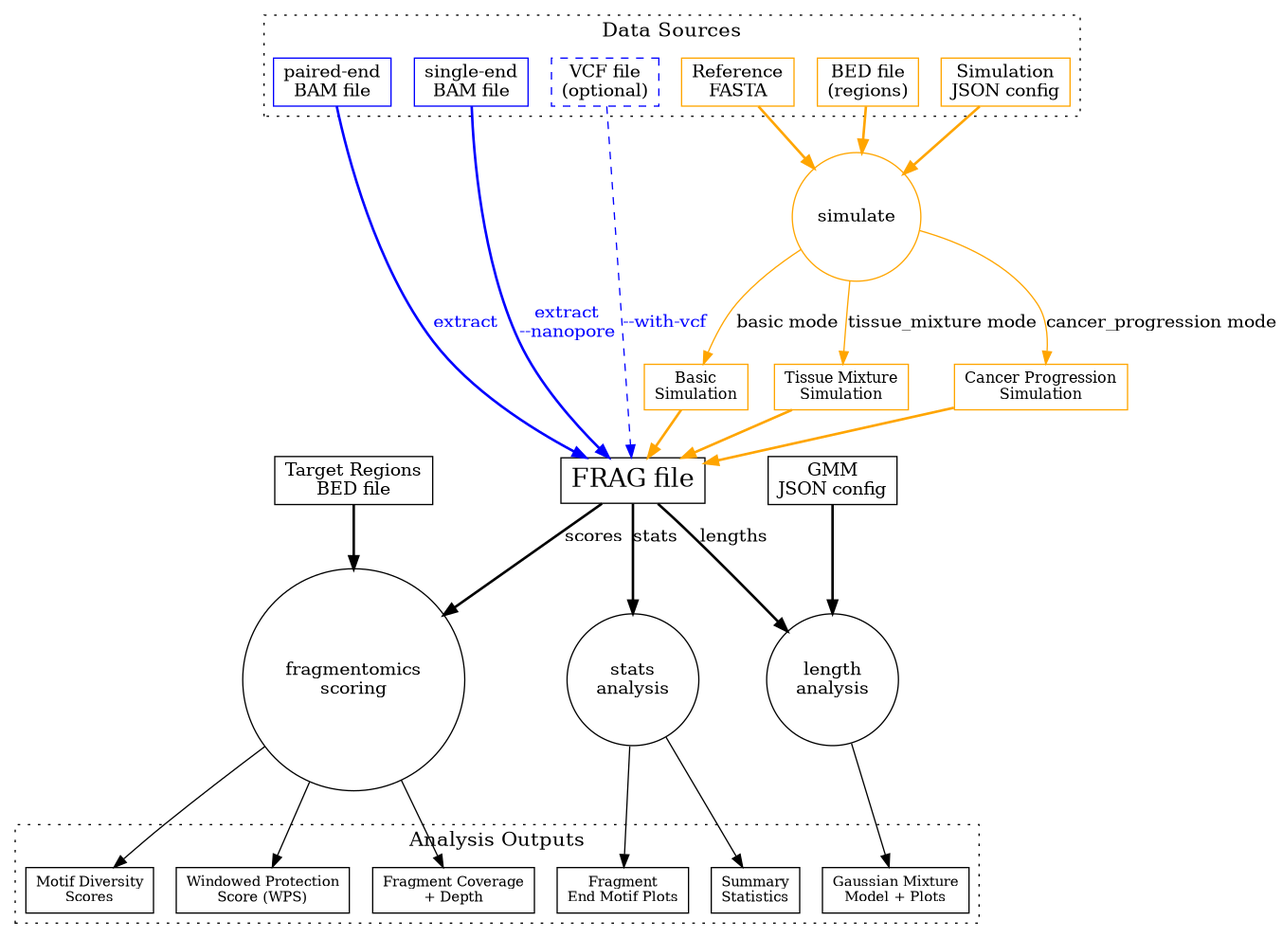
Before: docs/imgs/workflow.png, a diagram exported from Graphviz (schwarzlab-ccb/pyfraglib). Its source is kept beside it as docs/imgs/workflow.dot.
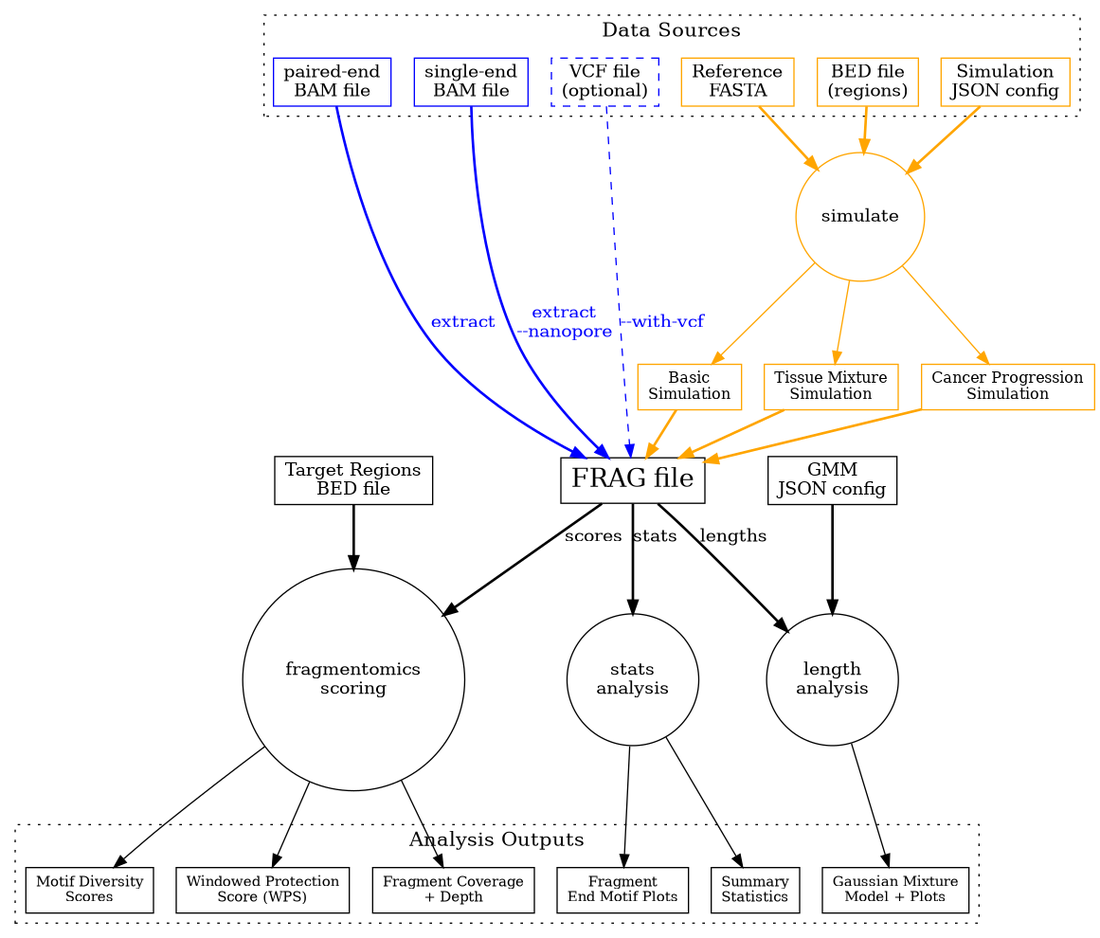
Above is the later version.

Commit message:
add LLM logo, remove superfluous text from workflow diagram

Diff of the diagram source:
```diff
@@ -48,9 +48,9 @@
     BED_SIM -> SIM [color=orange,penwidth=2];
     CONFIG_SIM -> SIM [color=orange,penwidth=2];
 
-    SIM -> SIM_BASIC [label="basic mode",color=orange];
-    SIM -> SIM_TISSUE [label="tissue_mixture mode",color=orange];
-    SIM -> SIM_CANCER [label="cancer_progression mode",color=orange];
+    SIM -> SIM_BASIC [color=orange];
+    SIM -> SIM_TISSUE [color=orange];
+    SIM -> SIM_CANCER [color=orange];
 
     SIM_BASIC -> B [color=orange,penwidth=2];
     SIM_TISSUE -> B [color=orange,penwidth=2];
```
